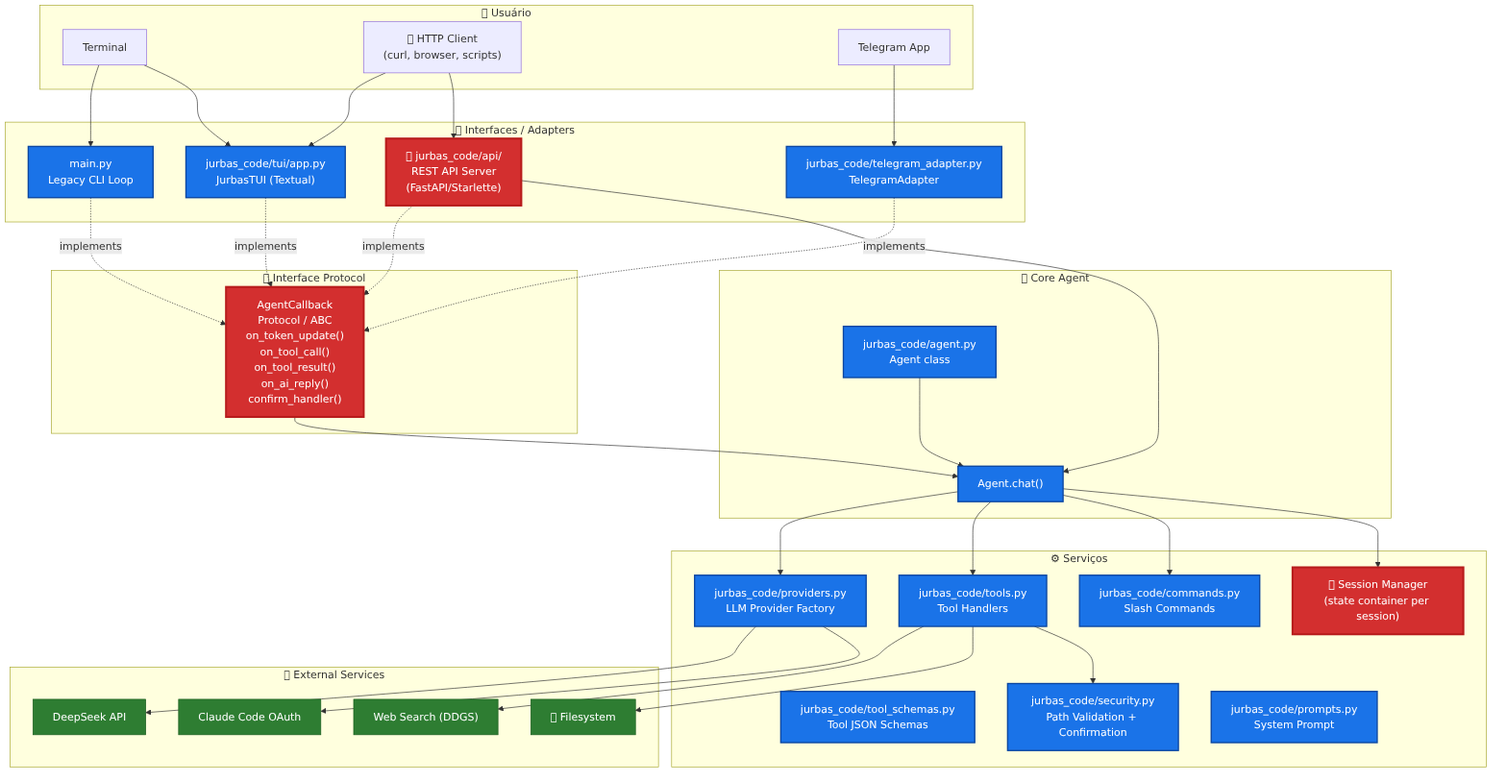
Earlier version of the Mermaid export docs/architecture-after.png (jurbasgames/Jurbas-Code). Its source is kept beside it as docs/architecture-after.mmd.
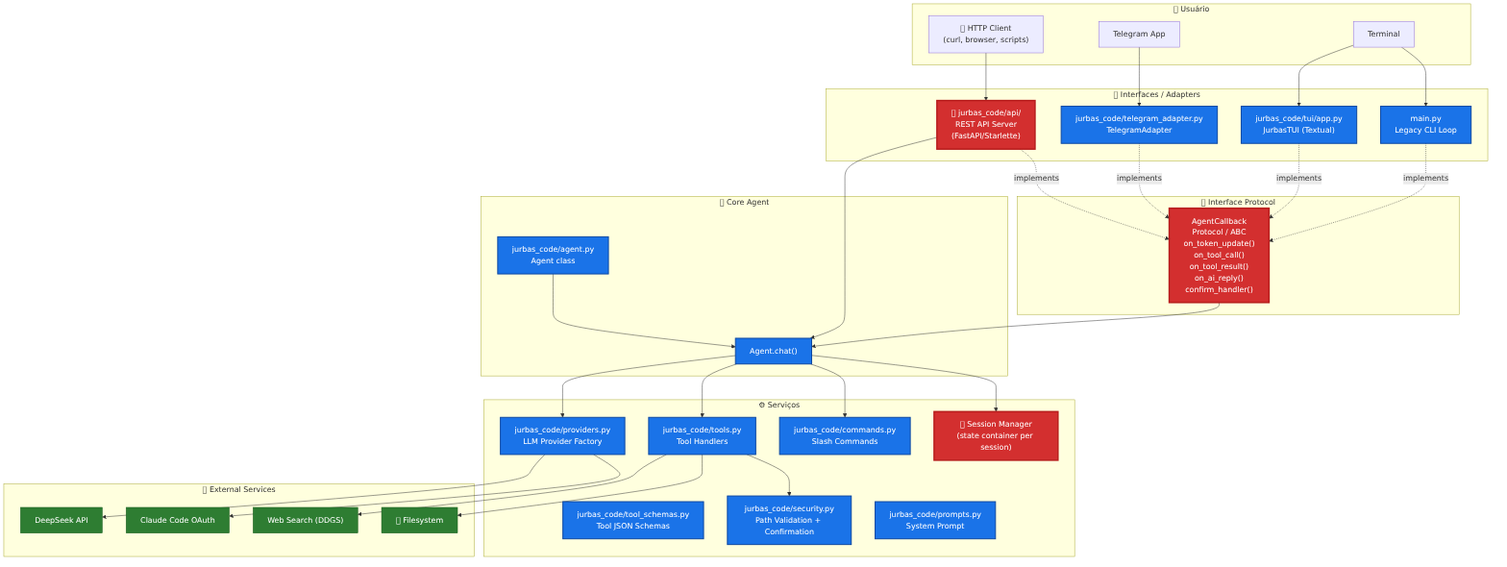
The same file after the commit.

Commit message:
fix: remove invalid connections in architecture diagrams

Diff of the diagram source:
```diff
@@ -41,7 +41,6 @@
 
     U1 --> CLI
     U1 --> TUI
-    U2 --> TUI
     U2 --> API
     U3 --> TG
 
```
